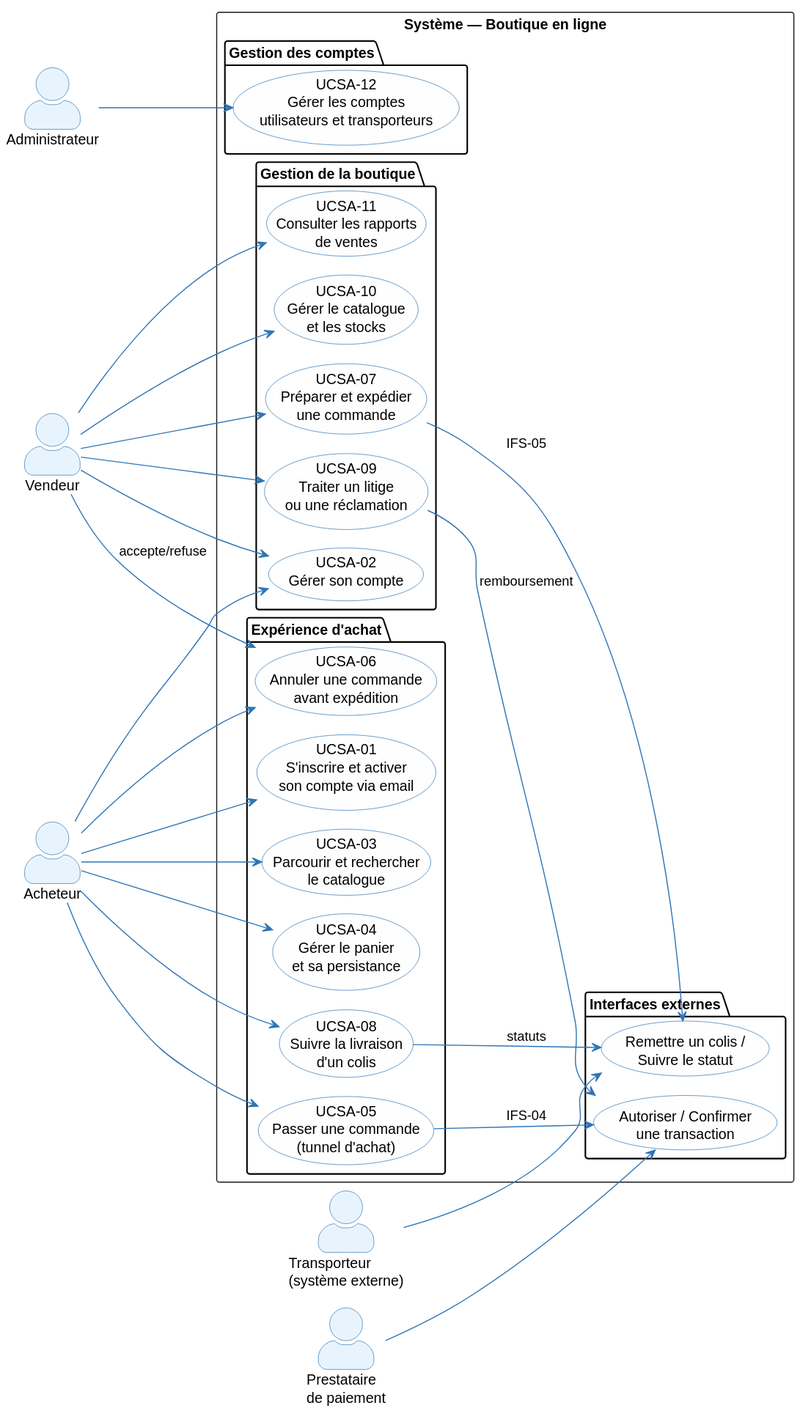
Before: architecture/02-system-analysis/diagrams/sa-use-case.svg, a diagram exported from PlantUML (louistalvande/online_shop). The source it was exported from:
```plantuml
@startuml
skinparam fontSize 9
skinparam actorStyle awesome
skinparam usecase {
  BackgroundColor #FEFEFE
  BorderColor #2E75B6
  ArrowColor #2E75B6
}
skinparam actor {
  BackgroundColor #E8F4FD
  BorderColor #2E75B6
}

left to right direction

actor "Administrateur" as Admin
actor "Vendeur" as Vendor
actor "Acheteur" as Buyer
actor "Transporteur\n(système externe)" as Carrier
actor "Prestataire\nde paiement" as Payment

rectangle "Système — Boutique en ligne" {

  package "Gestion des comptes" {
    usecase (UCSA-12\nGérer les comptes\nutilisateurs et transporteurs) as UC12
  }

  package "Gestion de la boutique" {
    usecase (UCSA-02\nGérer son compte) as UC02
    usecase (UCSA-10\nGérer le catalogue\net les stocks) as UC10
    usecase (UCSA-07\nPréparer et expédier\nune commande) as UC07
    usecase (UCSA-09\nTraiter un litige\nou une réclamation) as UC09
    usecase (UCSA-11\nConsulter les rapports\nde ventes) as UC11
  }

  package "Expérience d'achat" {
    usecase (UCSA-01\nS'inscrire et activer\nson compte via email) as UC01
    usecase (UCSA-03\nParcourir et rechercher\nle catalogue) as UC03
    usecase (UCSA-04\nGérer le panier\net sa persistance) as UC04
    usecase "UCSA-05\nPasser une commande\n(tunnel d'achat)" as UC05
    usecase (UCSA-06\nAnnuler une commande\navant expédition) as UC06
    usecase (UCSA-08\nSuivre la livraison\nd'un colis) as UC08
  }

  package "Interfaces externes" {
    usecase (Autoriser / Confirmer\nune transaction) as UC_P
    usecase (Remettre un colis /\nSuivre le statut) as UC_C
  }
}

Admin --> UC12

Vendor --> UC02
Vendor --> UC10
Vendor --> UC07
Vendor --> UC09
Vendor --> UC11
Vendor --> UC06 : accepte/refuse

Buyer --> UC01
Buyer --> UC02
Buyer --> UC03
Buyer --> UC04
Buyer --> UC05
Buyer --> UC06
Buyer --> UC08

UC05 --> UC_P : IFS-04
UC09 --> UC_P : remboursement
UC07 --> UC_C : IFS-05
UC08 --> UC_C : statuts

Payment --> UC_P
Carrier --> UC_C
@enduml
```
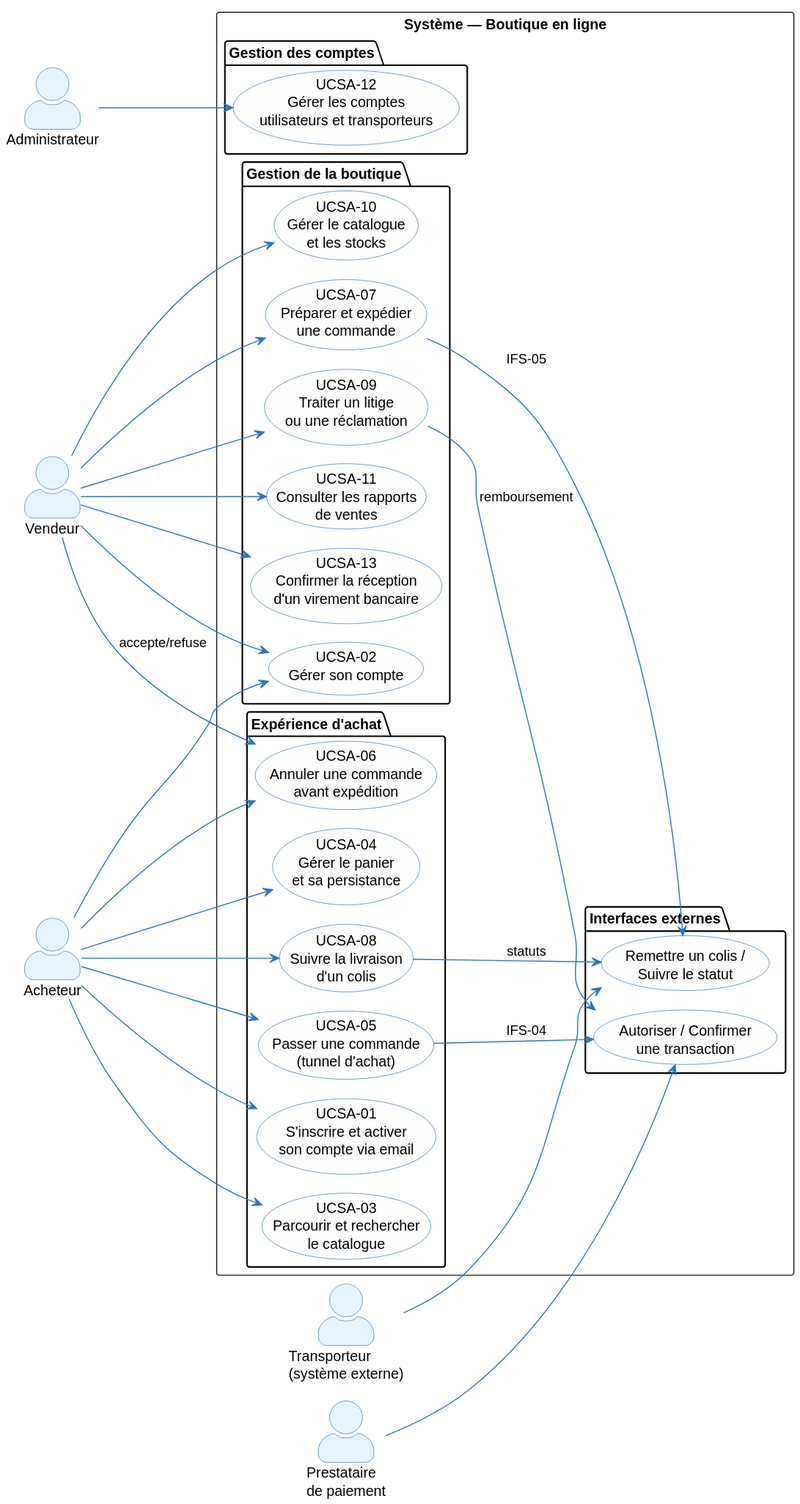
Above is the later version.

Change to the diagram source:
```diff
@@ -31,6 +31,7 @@
     usecase (UCSA-07\nPréparer et expédier\nune commande) as UC07
     usecase (UCSA-09\nTraiter un litige\nou une réclamation) as UC09
     usecase (UCSA-11\nConsulter les rapports\nde ventes) as UC11
+    usecase (UCSA-13\nConfirmer la réception\nd'un virement bancaire) as UC13
   }
 
   package "Expérience d'achat" {
@@ -55,6 +56,7 @@
 Vendor --> UC07
 Vendor --> UC09
 Vendor --> UC11
+Vendor --> UC13
 Vendor --> UC06 : accepte/refuse
 
 Buyer --> UC01
```
